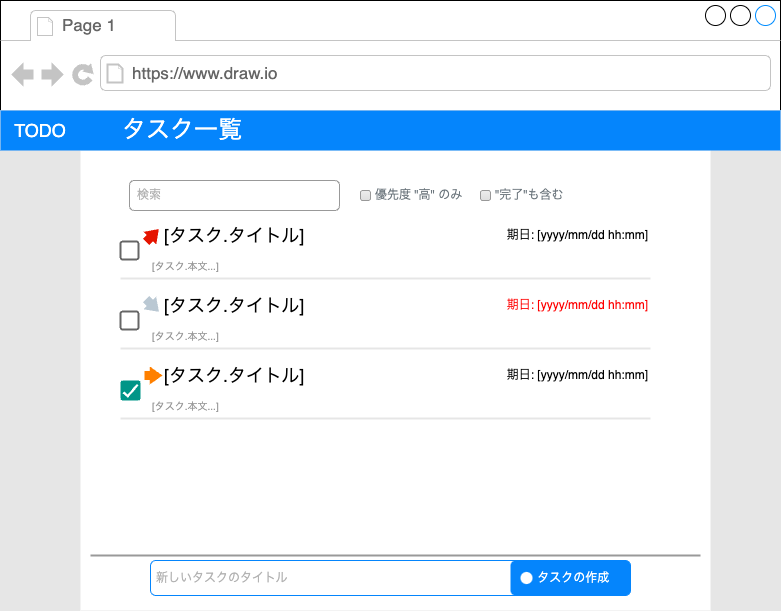
ebi311/todo-next-pages-rote keeps this draw.io diagram as docs/taskList.drawio.png. Above is the earlier version. Source tidied: cells renumbered, new cells last; positions are measured from the earlier drawing's top-left corner, leaving out a move shared by most shapes.
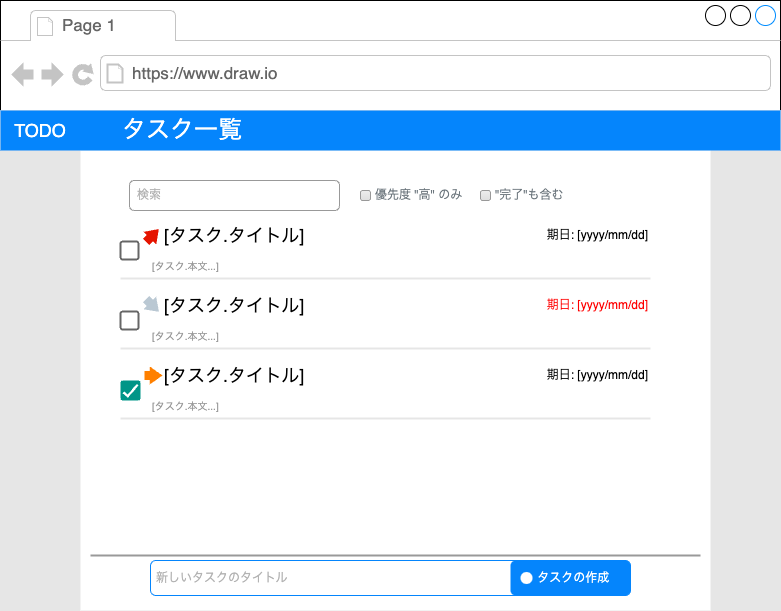
Above is the later version.

Diff of the diagram source:
```diff
@@ -46,7 +46,7 @@
     <mxCell id="17" style="line;strokeWidth=2;html=1;strokeColor=#E6E6E6;fontSize=10;fontColor=#999999;fillColor=#E6E6E6;" parent="13" vertex="1">
       <mxGeometry y="56" width="530" height="4" as="geometry" />
     </mxCell>
-    <mxCell id="18" value="期日: [yyyy/mm/dd hh:mm]" style="text;html=1;strokeColor=none;fillColor=none;align=right;verticalAlign=middle;whiteSpace=wrap;rounded=0;fontSize=12;fontColor=default;" parent="13" vertex="1">
+    <mxCell id="18" value="期日: [yyyy/mm/dd]" style="text;html=1;strokeColor=none;fillColor=none;align=right;verticalAlign=middle;whiteSpace=wrap;rounded=0;fontSize=12;fontColor=default;" parent="13" vertex="1">
       <mxGeometry x="385" width="145" height="30" as="geometry" />
     </mxCell>
     <mxCell id="19" style="html=1;shadow=0;dashed=0;align=center;verticalAlign=middle;shape=mxgraph.arrows2.arrow;dy=0.5;dx=12.79;direction=east;notch=0;strokeColor=none;fontSize=12;fontColor=#ffffff;fillColor=#FF8000;" parent="13" vertex="1">
@@ -64,7 +64,7 @@
     <mxCell id="23" style="line;strokeWidth=2;html=1;strokeColor=#E6E6E6;fontSize=10;fontColor=#999999;fillColor=#E6E6E6;" parent="20" vertex="1">
       <mxGeometry y="56" width="530" height="4" as="geometry" />
     </mxCell>
-    <mxCell id="24" value="期日: [yyyy/mm/dd hh:mm]" style="text;html=1;strokeColor=none;fillColor=none;align=right;verticalAlign=middle;whiteSpace=wrap;rounded=0;fontSize=12;fontColor=default;" parent="20" vertex="1">
+    <mxCell id="24" value="期日: [yyyy/mm/dd]" style="text;html=1;strokeColor=none;fillColor=none;align=right;verticalAlign=middle;whiteSpace=wrap;rounded=0;fontSize=12;fontColor=default;" parent="20" vertex="1">
       <mxGeometry x="375" width="155" height="30" as="geometry" />
     </mxCell>
     <mxCell id="25" style="dashed=0;labelPosition=right;align=left;shape=mxgraph.gmdl.checkbox;strokeColor=#666666;fillColor=none;strokeWidth=2;sketch=0;fontSize=12;fontColor=#999999;" parent="20" vertex="1">
@@ -85,7 +85,7 @@
     <mxCell id="30" style="line;strokeWidth=2;html=1;strokeColor=#E6E6E6;fontSize=10;fontColor=#999999;fillColor=#E6E6E6;" parent="27" vertex="1">
       <mxGeometry y="56" width="530" height="4" as="geometry" />
     </mxCell>
-    <mxCell id="31" value="期日: [yyyy/mm/dd hh:mm]" style="text;html=1;strokeColor=none;fillColor=none;align=right;verticalAlign=middle;whiteSpace=wrap;rounded=0;fontSize=12;fontColor=#FF0000;" parent="27" vertex="1">
+    <mxCell id="31" value="期日: [yyyy/mm/dd]" style="text;html=1;strokeColor=none;fillColor=none;align=right;verticalAlign=middle;whiteSpace=wrap;rounded=0;fontSize=12;fontColor=#FF0000;" parent="27" vertex="1">
       <mxGeometry x="375" width="155" height="30" as="geometry" />
     </mxCell>
     <mxCell id="32" style="dashed=0;labelPosition=right;align=left;shape=mxgraph.gmdl.checkbox;strokeColor=#666666;fillColor=none;strokeWidth=2;sketch=0;fontSize=12;fontColor=#999999;" parent="27" vertex="1">
```
